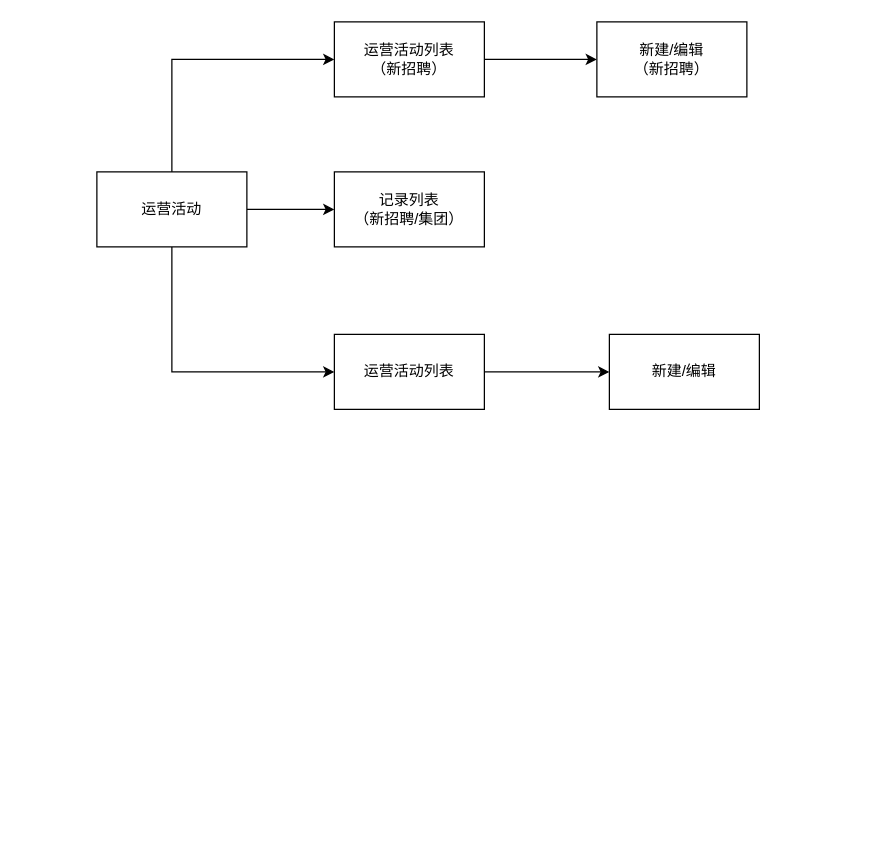
Above: Untitled Diagram.drawio in littlelady2015/yctea (draw.io), before the change. Source tidied: cells renumbered, new cells numbered last; positions are measured from the earlier drawing's top-left corner, leaving out a move shared by most shapes. Both pictures are drawn from the tidied source at 125%, with x=0, y=0 at pixel (96, 21).
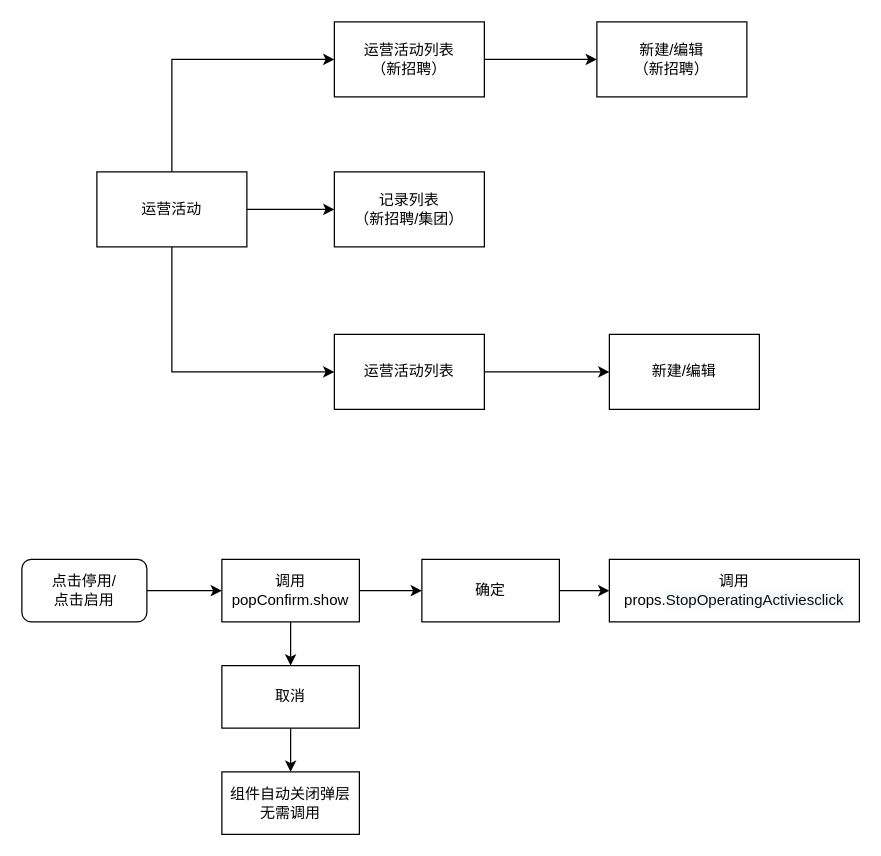
The same diagram, later.

The edit, as a diff of the source:
```diff
@@
+    <mxCell id="13" style="edgeStyle=orthogonalEdgeStyle;rounded=0;jettySize=auto;html=1;exitX=1;exitY=0.5;exitDx=0;exitDy=0;entryX=0;entryY=0.5;entryDx=0;entryDy=0;" parent="1" edge="1" source="14" target="17">
+      <mxGeometry relative="1" as="geometry" />
+    </mxCell>
+    <mxCell id="14" value="点击停用/&lt;br&gt;点击启用" style="rounded=1;whiteSpace=wrap;html=1;" parent="1" vertex="1">
+      <mxGeometry x="-60" y="430" width="100" height="50" as="geometry" />
+    </mxCell>
+    <mxCell id="15" style="edgeStyle=orthogonalEdgeStyle;rounded=0;jettySize=auto;html=1;exitX=1;exitY=0.5;exitDx=0;exitDy=0;entryX=0;entryY=0.5;entryDx=0;entryDy=0;" parent="1" edge="1" source="17" target="19">
+      <mxGeometry relative="1" as="geometry" />
+    </mxCell>
+    <mxCell id="16" style="edgeStyle=orthogonalEdgeStyle;rounded=0;jettySize=auto;html=1;exitX=0.5;exitY=1;exitDx=0;exitDy=0;entryX=0.5;entryY=0;entryDx=0;entryDy=0;" parent="1" edge="1" source="17" target="22">
+      <mxGeometry relative="1" as="geometry" />
+    </mxCell>
+    <mxCell id="17" value="调用popConfirm.show" style="rounded=0;whiteSpace=wrap;html=1;" parent="1" vertex="1">
+      <mxGeometry x="100" y="430" width="110" height="50" as="geometry" />
+    </mxCell>
+    <mxCell id="18" style="edgeStyle=orthogonalEdgeStyle;rounded=0;jettySize=auto;html=1;exitX=1;exitY=0.5;exitDx=0;exitDy=0;entryX=0;entryY=0.5;entryDx=0;entryDy=0;" parent="1" edge="1" source="19" target="20">
+      <mxGeometry relative="1" as="geometry" />
+    </mxCell>
+    <mxCell id="19" value="确定" style="rounded=0;whiteSpace=wrap;html=1;" parent="1" vertex="1">
+      <mxGeometry x="260" y="430" width="110" height="50" as="geometry" />
+    </mxCell>
+    <mxCell id="20" value="调用props.&lt;span style=&quot;color: rgb(14 , 17 , 20) ; background-color: rgb(245 , 248 , 250)&quot;&gt;StopOperatingActiviesclick&lt;/span&gt;" style="rounded=0;whiteSpace=wrap;html=1;" parent="1" vertex="1">
+      <mxGeometry x="410" y="430" width="200" height="50" as="geometry" />
+    </mxCell>
+    <mxCell id="21" style="edgeStyle=orthogonalEdgeStyle;rounded=0;jettySize=auto;html=1;exitX=0.5;exitY=1;exitDx=0;exitDy=0;entryX=0.5;entryY=0;entryDx=0;entryDy=0;" parent="1" edge="1" source="22" target="23">
+      <mxGeometry relative="1" as="geometry" />
+    </mxCell>
+    <mxCell id="22" value="取消" style="rounded=0;whiteSpace=wrap;html=1;" parent="1" vertex="1">
+      <mxGeometry x="100" y="515" width="110" height="50" as="geometry" />
+    </mxCell>
+    <mxCell id="23" value="组件自动关闭弹层&lt;br&gt;无需调用" style="rounded=0;whiteSpace=wrap;html=1;" parent="1" vertex="1">
+      <mxGeometry x="100" y="600" width="110" height="50" as="geometry" />
+    </mxCell>
```
